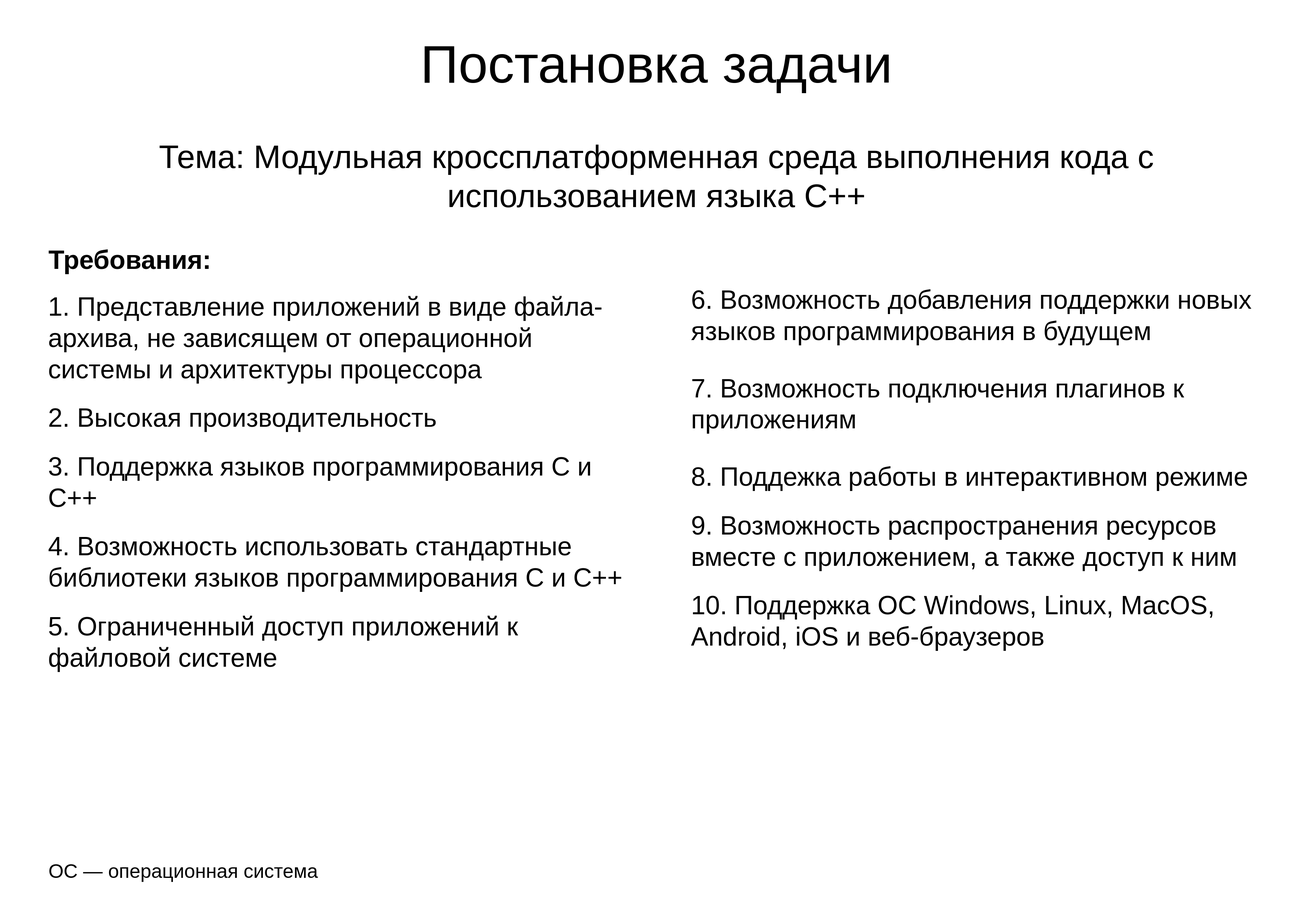
Destructor17/graduation_project_report keeps this draw.io diagram as diagrams/task.drawio.png. Above is the earlier version. Source tidied: cells renumbered, new cells last; positions are measured from the earlier drawing's top-left corner, leaving out a move shared by most shapes.
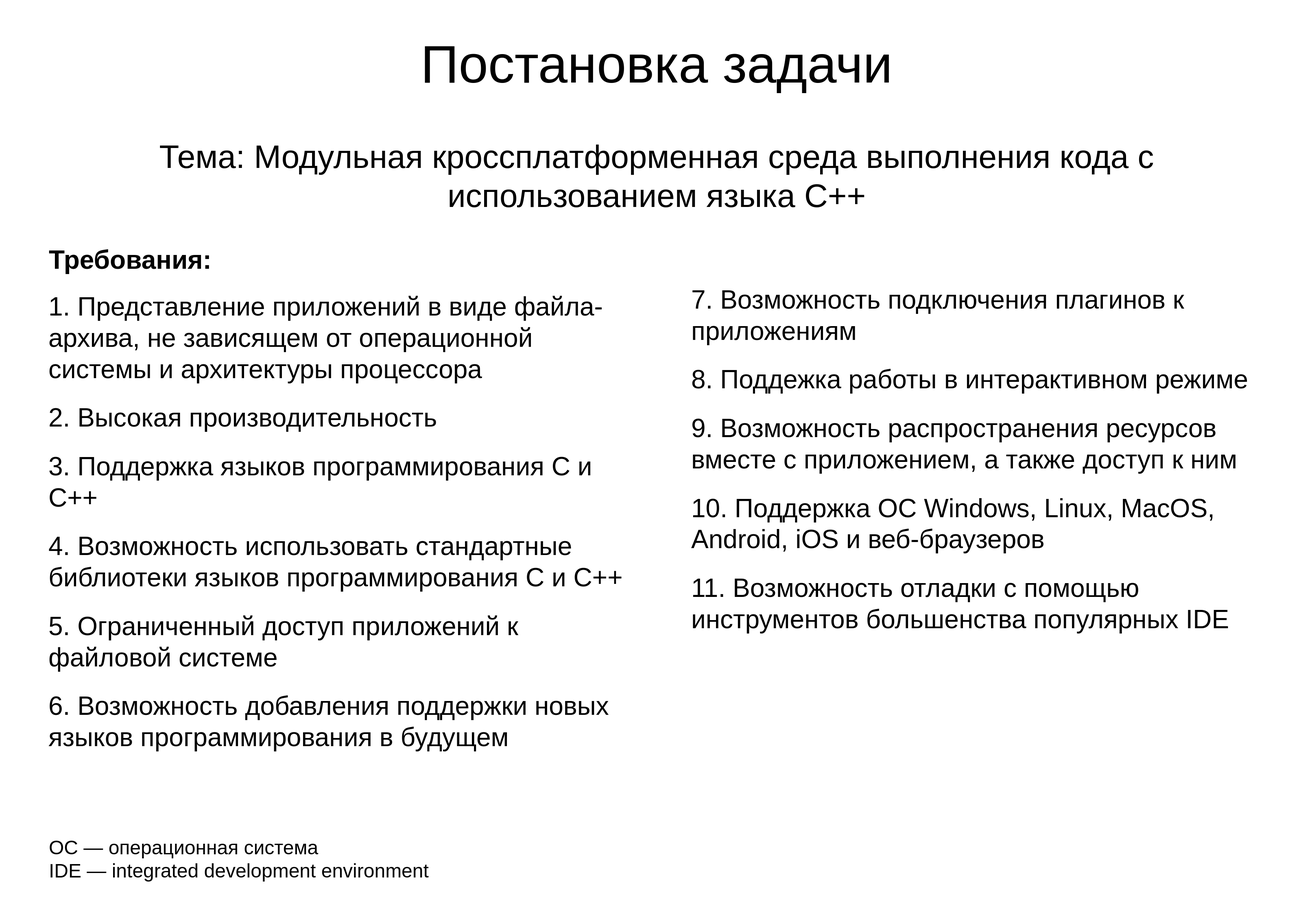
Later version of the same file.

The edit, as a diff of the source:
```diff
@@ -8,17 +8,17 @@
     <mxCell id="3" value="&lt;font style=&quot;font-size: 80px;&quot;&gt;Тема: Модульная кроссплатформенная среда выполнения кода с использованием языка C++&lt;/font&gt;" style="text;html=1;align=center;verticalAlign=middle;whiteSpace=wrap;rounded=0;" parent="1" vertex="1">
       <mxGeometry x="118.5" y="315" width="2992.1" height="236.2" as="geometry" />
     </mxCell>
-    <mxCell id="4" value="&lt;h1 style=&quot;margin-top: 0px; font-size: 48px;&quot;&gt;&lt;span style=&quot;font-weight: normal;&quot;&gt;ОС&amp;nbsp;— операционная система&lt;span style=&quot;background-color: initial; white-space: pre;&quot;&gt;&#9;&lt;/span&gt;&lt;/span&gt;&lt;/h1&gt;" style="text;html=1;whiteSpace=wrap;overflow=hidden;rounded=0;verticalAlign=bottom;" parent="1" vertex="1">
-      <mxGeometry x="118.5" y="1889.8" width="2992.1" height="315" as="geometry" />
+    <mxCell id="4" value="&lt;h1 style=&quot;margin-top: 0px; font-size: 48px;&quot;&gt;&lt;span style=&quot;font-weight: normal;&quot;&gt;ОС&amp;nbsp;— операционная система&lt;/span&gt;&lt;span style=&quot;font-weight: 400;&quot;&gt;&lt;br&gt;&lt;/span&gt;&lt;span style=&quot;font-weight: normal;&quot;&gt;IDE — integrated development environment&lt;/span&gt;&lt;/h1&gt;" style="text;html=1;whiteSpace=wrap;overflow=hidden;rounded=0;verticalAlign=bottom;" parent="1" vertex="1">
+      <mxGeometry x="118.5" y="1968.5" width="2992.1" height="236.2" as="geometry" />
     </mxCell>
-    <mxCell id="5" value="&lt;span style=&quot;font-size: 64px;&quot;&gt;6. Возможность добавления поддержки новых языков программирования в будущем&lt;/span&gt;&lt;p style=&quot;font-size: 64px;&quot;&gt;7. Возможность подключения плагинов к приложениям&lt;/p&gt;&lt;h1 style=&quot;font-size: 64px;&quot;&gt;&lt;span style=&quot;font-weight: normal;&quot;&gt;8. Поддежка работы в интерактивном режиме&lt;/span&gt;&lt;/h1&gt;&lt;div&gt;&lt;h1 style=&quot;&quot;&gt;&lt;span style=&quot;background-color: initial;&quot;&gt;&lt;span style=&quot;font-size: 64px; font-weight: normal;&quot;&gt;9. Возможность &lt;/span&gt;&lt;span style=&quot;font-size: 64px; font-weight: 400;&quot;&gt;распространения&lt;/span&gt;&lt;span style=&quot;font-size: 64px; font-weight: normal;&quot;&gt;&amp;nbsp;ресурсов&amp;nbsp; вместе с приложением, а также доступ к ним&lt;/span&gt;&lt;/span&gt;&lt;/h1&gt;&lt;/div&gt;&lt;div&gt;&lt;h1 style=&quot;font-size: 64px;&quot;&gt;&lt;span style=&quot;background-color: initial; font-weight: normal;&quot;&gt;10. Поддержка ОС Windows, Linux, MacOS, Android, iOS и веб-браузеров&lt;/span&gt;&lt;/h1&gt;&lt;/div&gt;&lt;div&gt;&lt;span style=&quot;background-color: initial;&quot;&gt;&lt;span style=&quot;font-weight: normal; font-size: 64px;&quot;&gt;&lt;br&gt;&lt;/span&gt;&lt;/span&gt;&lt;/div&gt;" style="text;html=1;strokeColor=none;fillColor=none;spacing=5;spacingTop=-20;whiteSpace=wrap;overflow=hidden;rounded=0;" parent="1" vertex="1">
-      <mxGeometry x="1693.5" y="708.7" width="1417.1" height="1102.4" as="geometry" />
+    <mxCell id="5" value="&lt;span style=&quot;font-size: 64px; background-color: initial;&quot;&gt;7. Возможность подключения плагинов к приложениям&lt;/span&gt;&lt;br&gt;&lt;h1 style=&quot;font-size: 64px;&quot;&gt;&lt;span style=&quot;font-weight: normal;&quot;&gt;8. Поддежка работы в интерактивном режиме&lt;/span&gt;&lt;/h1&gt;&lt;div&gt;&lt;h1 style=&quot;&quot;&gt;&lt;span style=&quot;background-color: initial;&quot;&gt;&lt;span style=&quot;font-size: 64px; font-weight: normal;&quot;&gt;9. Возможность &lt;/span&gt;&lt;span style=&quot;font-size: 64px; font-weight: 400;&quot;&gt;распространения&lt;/span&gt;&lt;span style=&quot;font-size: 64px; font-weight: normal;&quot;&gt;&amp;nbsp;ресурсов&amp;nbsp; вместе с приложением, а также доступ к ним&lt;/span&gt;&lt;/span&gt;&lt;/h1&gt;&lt;/div&gt;&lt;div&gt;&lt;h1 style=&quot;font-size: 64px;&quot;&gt;&lt;span style=&quot;background-color: initial; font-weight: normal;&quot;&gt;10. Поддержка ОС Windows, Linux, MacOS, Android, iOS и веб-браузеров&lt;/span&gt;&lt;/h1&gt;&lt;/div&gt;&lt;div&gt;&lt;span style=&quot;font-size: 64px;&quot;&gt;11. Возможность отладки с помощью инструментов большенства популярных IDE&lt;/span&gt;&lt;/div&gt;&lt;div&gt;&lt;span style=&quot;background-color: initial;&quot;&gt;&lt;span style=&quot;font-weight: normal; font-size: 64px;&quot;&gt;&lt;br&gt;&lt;/span&gt;&lt;/span&gt;&lt;/div&gt;" style="text;html=1;strokeColor=none;fillColor=none;spacing=5;spacingTop=-20;whiteSpace=wrap;overflow=hidden;rounded=0;" parent="1" vertex="1">
+      <mxGeometry x="1693.5" y="708.7" width="1417.1" height="1259.8" as="geometry" />
     </mxCell>
     <mxCell id="6" value="&lt;h1 style=&quot;font-size: 64px;&quot;&gt;Требования:&lt;/h1&gt;" style="text;html=1;whiteSpace=wrap;overflow=hidden;rounded=0;" parent="1" vertex="1">
       <mxGeometry x="118.5" y="551" width="2992.1" height="120" as="geometry" />
     </mxCell>
-    <mxCell id="7" value="&lt;h1 style=&quot;margin-top: 0px; font-size: 64px;&quot;&gt;&lt;font style=&quot;font-size: 64px; font-weight: normal;&quot;&gt;&lt;span style=&quot;background-color: initial;&quot;&gt;1. Представление приложений в виде файла-архива, не зависящем от операционной системы и архитектуры процессора&lt;/span&gt;&lt;br&gt;&lt;/font&gt;&lt;/h1&gt;&lt;h1 style=&quot;margin-top: 0px; font-size: 64px;&quot;&gt;&lt;font style=&quot;font-size: 64px; font-weight: normal;&quot;&gt;2. Высокая производительность&lt;/font&gt;&lt;/h1&gt;&lt;h1 style=&quot;margin-top: 0px; font-size: 64px;&quot;&gt;&lt;font style=&quot;font-size: 64px; font-weight: normal;&quot;&gt;3. Поддержка языков программирования C и C++&lt;/font&gt;&lt;/h1&gt;&lt;h1 style=&quot;margin-top: 0px; font-size: 64px;&quot;&gt;&lt;font style=&quot;font-size: 64px; font-weight: normal;&quot;&gt;4. Возможность использовать стандартные библиотеки языков программирования C и C++&lt;/font&gt;&lt;/h1&gt;&lt;h1 style=&quot;margin-top: 0px; font-size: 64px;&quot;&gt;&lt;font style=&quot;font-size: 64px; font-weight: normal;&quot;&gt;5. Ограниченный доступ приложений к файловой системе&lt;/font&gt;&lt;/h1&gt;&lt;div&gt;&lt;span style=&quot;background-color: initial;&quot;&gt;&lt;div style=&quot;font-weight: normal; font-size: 12px;&quot;&gt;&lt;br&gt;&lt;/div&gt;&lt;/span&gt;&lt;/div&gt;" style="text;html=1;whiteSpace=wrap;overflow=hidden;rounded=0;" parent="1" vertex="1">
-      <mxGeometry x="117" y="708.7" width="1417.8" height="1102.4" as="geometry" />
+    <mxCell id="7" value="&lt;h1 style=&quot;margin-top: 0px; font-size: 64px;&quot;&gt;&lt;font style=&quot;font-size: 64px; font-weight: normal;&quot;&gt;&lt;span style=&quot;background-color: initial;&quot;&gt;1. Представление приложений в виде файла-архива, не зависящем от операционной системы и архитектуры процессора&lt;/span&gt;&lt;br&gt;&lt;/font&gt;&lt;/h1&gt;&lt;h1 style=&quot;margin-top: 0px; font-size: 64px;&quot;&gt;&lt;font style=&quot;font-size: 64px; font-weight: normal;&quot;&gt;2. Высокая производительность&lt;/font&gt;&lt;/h1&gt;&lt;h1 style=&quot;margin-top: 0px; font-size: 64px;&quot;&gt;&lt;font style=&quot;font-size: 64px; font-weight: normal;&quot;&gt;3. Поддержка языков программирования C и C++&lt;/font&gt;&lt;/h1&gt;&lt;h1 style=&quot;margin-top: 0px; font-size: 64px;&quot;&gt;&lt;font style=&quot;font-size: 64px; font-weight: normal;&quot;&gt;4. Возможность использовать стандартные библиотеки языков программирования C и C++&lt;/font&gt;&lt;/h1&gt;&lt;h1 style=&quot;margin-top: 0px; font-size: 64px;&quot;&gt;&lt;font style=&quot;font-size: 64px; font-weight: normal;&quot;&gt;5. Ограниченный доступ приложений к файловой системе&lt;/font&gt;&lt;/h1&gt;&lt;div&gt;&lt;font style=&quot;font-size: 64px; font-weight: normal;&quot;&gt;6. Возможность добавления поддержки новых языков программирования в будущем&lt;br&gt;&lt;/font&gt;&lt;/div&gt;&lt;div&gt;&lt;font style=&quot;font-size: 64px; font-weight: normal;&quot;&gt;&lt;br&gt;&lt;/font&gt;&lt;/div&gt;&lt;div&gt;&lt;span style=&quot;background-color: initial;&quot;&gt;&lt;div style=&quot;font-weight: normal; font-size: 12px;&quot;&gt;&lt;br&gt;&lt;/div&gt;&lt;/span&gt;&lt;/div&gt;" style="text;html=1;whiteSpace=wrap;overflow=hidden;rounded=0;" parent="1" vertex="1">
+      <mxGeometry x="117" y="708.7" width="1417.8" height="1259.8" as="geometry" />
     </mxCell>
   </root>
 </mxGraphModel>
```
